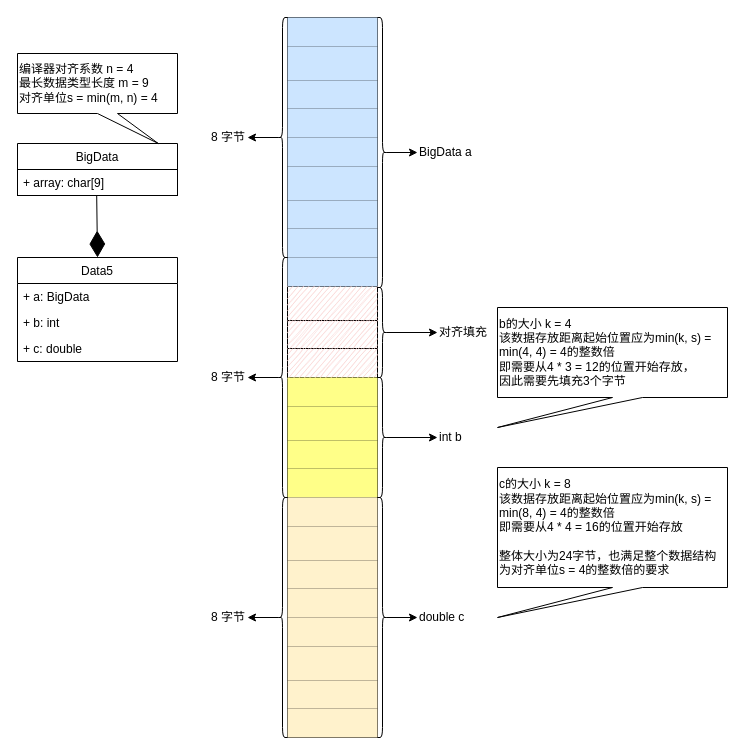
The draw.io diagram TechStack/memory_alignment_case5.drawio in zhxilin/picbed, before the edit. Source tidied: cells renumbered, new cells numbered last; positions are measured from the earlier drawing's top-left corner, leaving out a move shared by most shapes. Both pictures are drawn from the tidied source at 100%, with x=0, y=0 at pixel (17, 17).
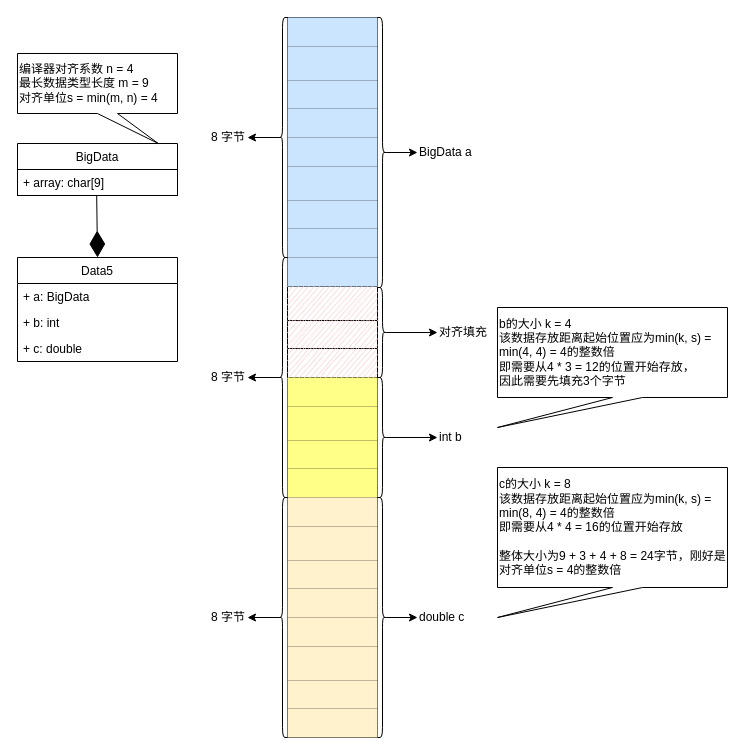
The same diagram, later.

Diff of the diagram source:
```diff
@@
-    <mxCell id="81" value="c的大小 k = 8&lt;div&gt;该数据存放距离起始位置应为min(k, s) = min(8, 4) = 4的整数倍&lt;/div&gt;&lt;div&gt;即需要从4 * 4 = 16的位置开始存放&lt;br&gt;&lt;/div&gt;&lt;div&gt;&lt;br&gt;&lt;/div&gt;&lt;div&gt;整体大小为24字节，也满足整个数据结构为对齐单位s = 4的整数倍的要求&lt;/div&gt;" style="shape=callout;whiteSpace=wrap;html=1;perimeter=calloutPerimeter;sketch=0;position2=0;align=left;base=30;" parent="1" vertex="1">
+    <mxCell id="81" value="c的大小 k = 8&lt;div&gt;该数据存放距离起始位置应为min(k, s) = min(8, 4) = 4的整数倍&lt;/div&gt;&lt;div&gt;即需要从4 * 4 = 16的位置开始存放&lt;br&gt;&lt;/div&gt;&lt;div&gt;&lt;br&gt;&lt;/div&gt;&lt;div&gt;整体大小为9 + 3 + 4 + 8 = 24字节，刚好是对齐单位s = 4的整数倍&lt;/div&gt;" style="shape=callout;whiteSpace=wrap;html=1;perimeter=calloutPerimeter;sketch=0;position2=0;align=left;base=30;" parent="1" vertex="1">
       <mxGeometry x="480" y="450" width="230" height="150" as="geometry" />
     </mxCell>
```
